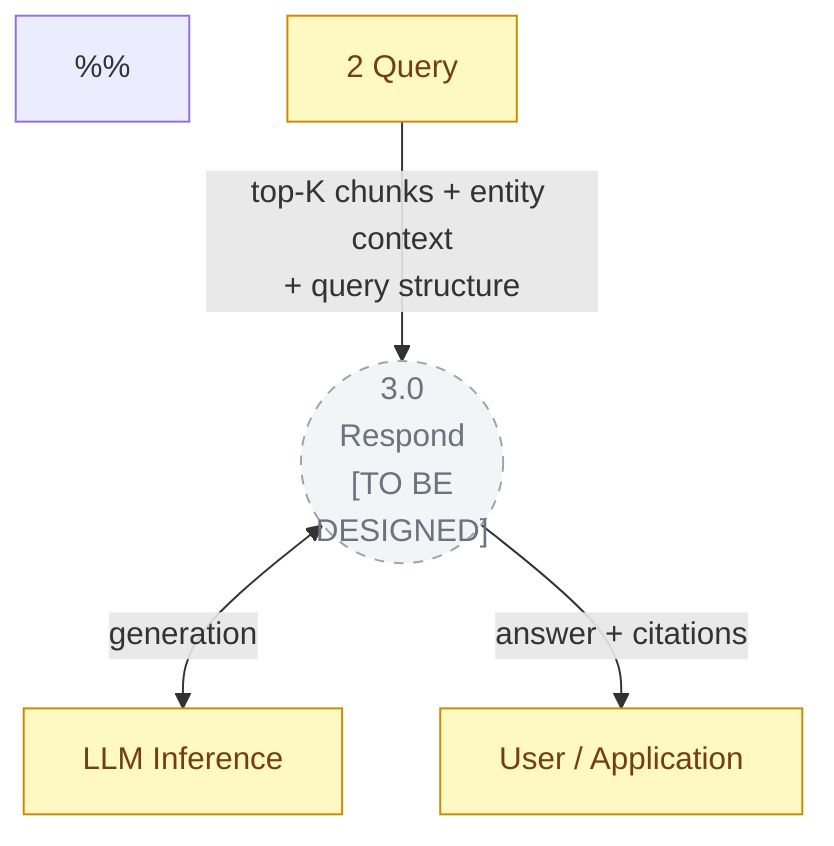
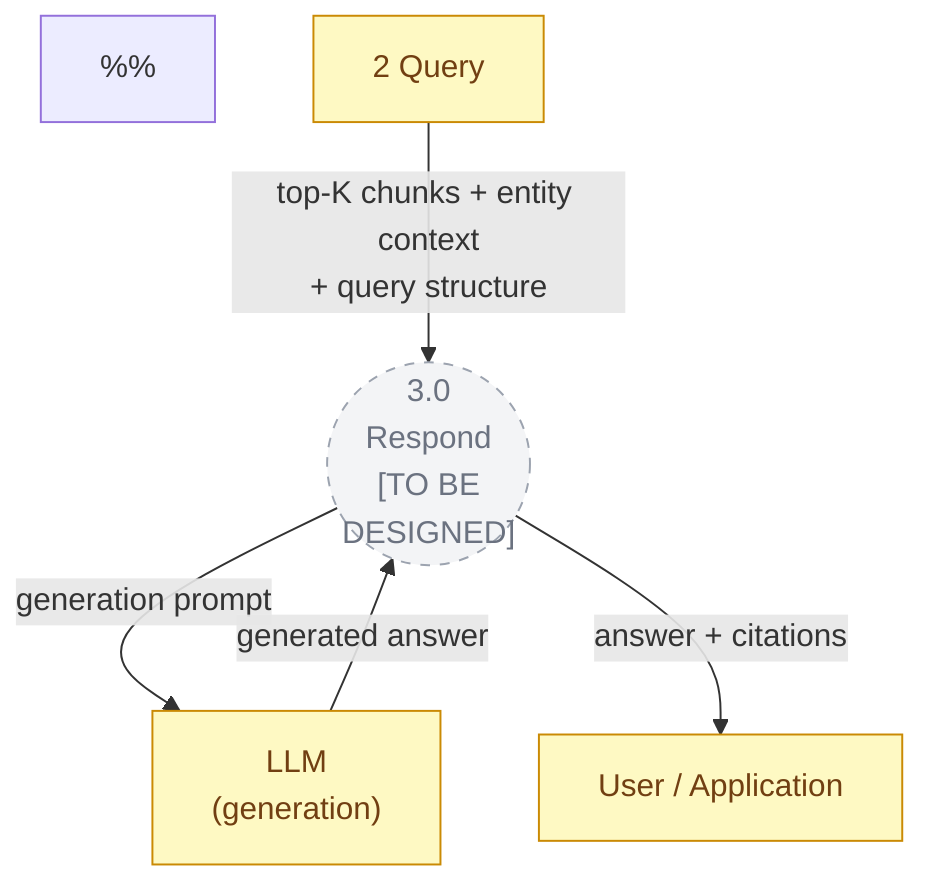
flowchart TD
    classDef process fill:#dbeafe,stroke:#3b82f6,color:#1e3a5f
    classDef external fill:#fef9c3,stroke:#ca8a04,color:#713f12
    classDef stub fill:#f3f4f6,stroke:#9ca3af,color:#6b7280,stroke-dasharray:5 5

    %% NOTE: The Respond decomposition has not yet been designed.
    %% This placeholder shows the boundary — what flows in and what flows out.
    %% TODO: Design the internal decomposition (3.1 … 3.N) in a future session.
    %%
    %% Open design questions:
    %%   - Does 3.0 stream tokens or return a complete string?
    %%   - Where does chat history context get injected (multi-turn)?
    %%   - Does 3.0 own citation formatting, or does 2.5 already add sources?
    %%   - Is there a hallucination-check step between generation and output?
    %%   - How does wiki synthesis (1.9) connect back to Respond?

    QUERY["2 Query"]:::external
    USER["User / Application"]:::external
-     LLM["LLM Inference"]:::external
+     LLM30["LLM\n(generation)"]:::external

    P30(("3.0\nRespond\n[TO BE\nDESIGNED]")):::stub

    QUERY -->|"top-K chunks + entity context\n+ query structure"| P30
-     P30 <-->|"generation"| LLM
+     P30 -->|"generation prompt"| LLM30
+     LLM30 -->|"generated answer"| P30
    P30 -->|"answer + citations"| USER
